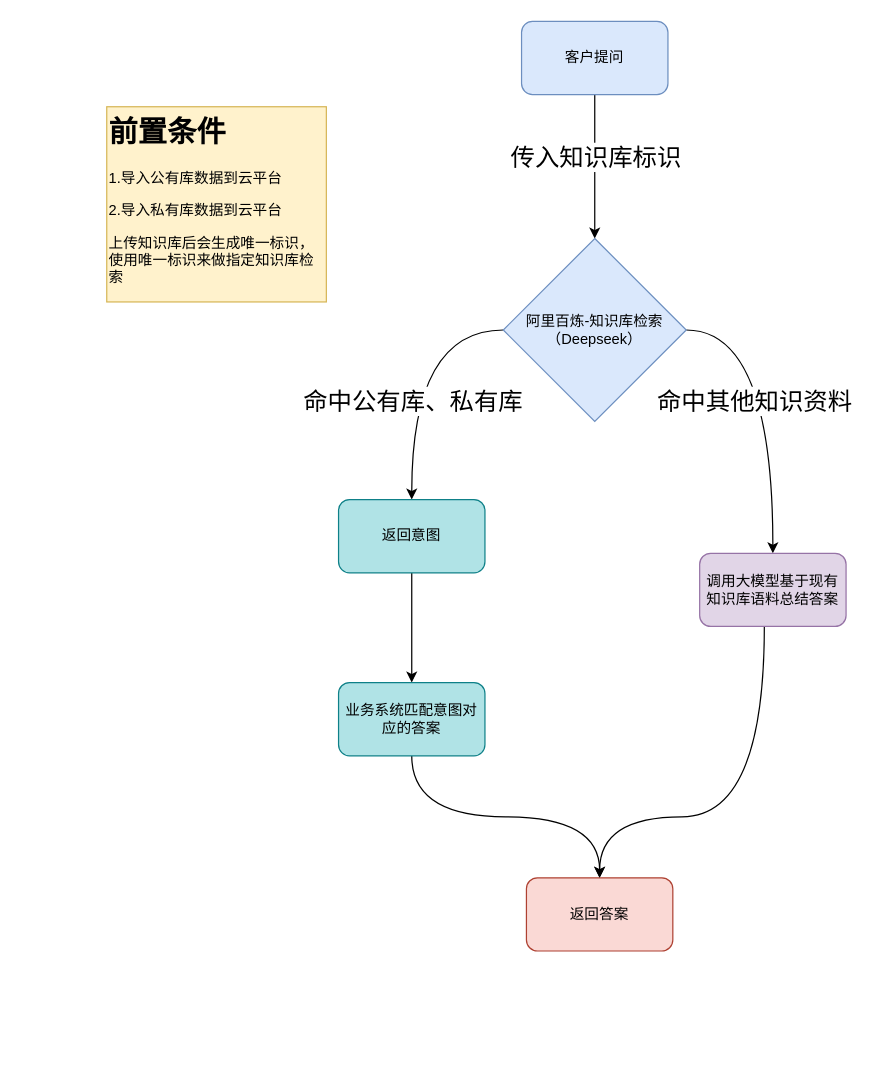
Earlier version of the draw.io diagram 智能问答系统决策流程图20250305.drawio (ammengke/my-drawio). Source tidied: cells renumbered, new cells numbered last; positions are measured from the earlier drawing's top-left corner, leaving out a move shared by most shapes. Both pictures are drawn from the tidied source at 122%, with x=0, y=0 at pixel (106, 21).
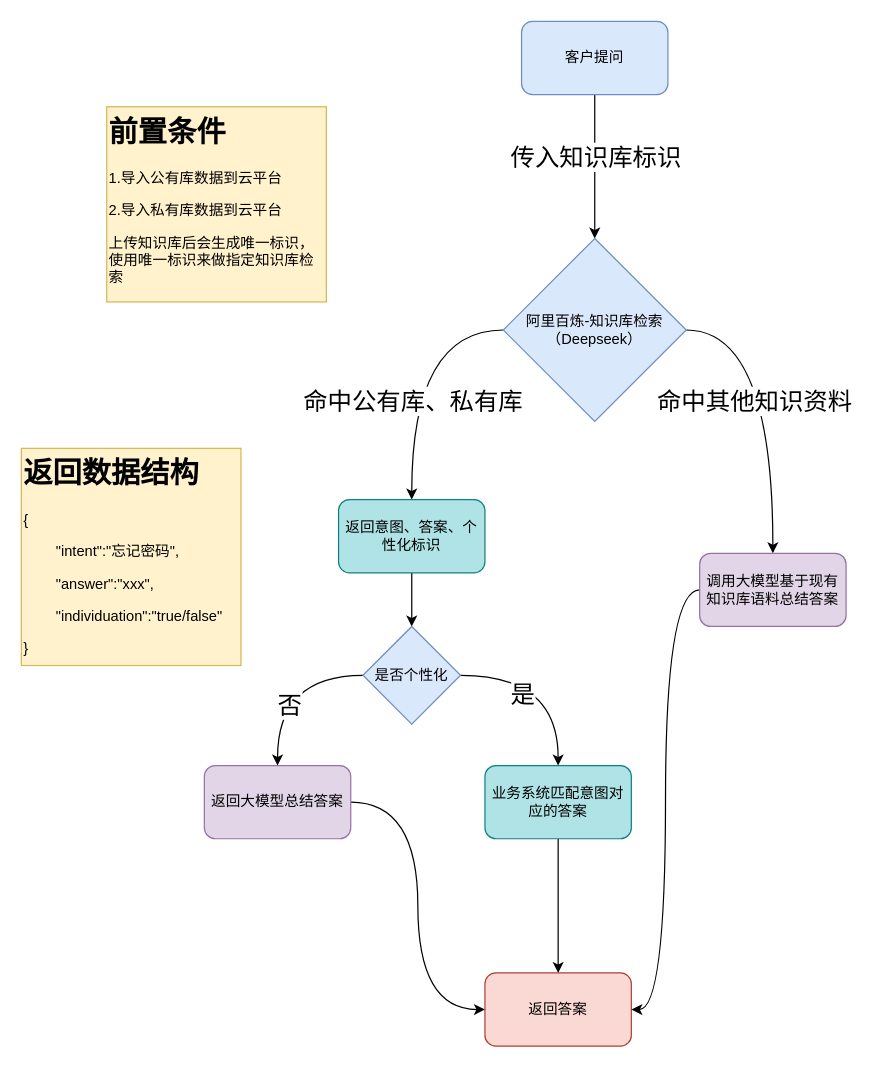
Above is the later version.

Commit message:
更新智能问答系统决策流程图20250305.drawio

Unchanged cells that the change refers to:
```xml
<mxCell id="15" value="调用大模型基于现有知识库语料总结答案" style="rounded=1;whiteSpace=wrap;html=1;fillColor=#e1d5e7;strokeColor=#9673a6;" parent="1" vertex="1">
  <mxGeometry x="486" y="436" width="120" height="60" as="geometry" />
</mxCell>
```

What changed in the source:
```diff
@@
-    <mxCell id="9" style="edgeStyle=orthogonalEdgeStyle;rounded=0;jettySize=auto;html=1;" parent="1" edge="1" source="10" target="12">
-      <mxGeometry relative="1" as="geometry" />
-    </mxCell>
+    <mxCell id="18" style="edgeStyle=orthogonalEdgeStyle;rounded=0;jettySize=auto;html=1;" parent="1" edge="1" source="10" target="23">
+      <mxGeometry relative="1" as="geometry" />
+    </mxCell>
-    <mxCell id="10" value="返回意图" style="rounded=1;whiteSpace=wrap;html=1;fillColor=#b0e3e6;strokeColor=#0e8088;" parent="1" vertex="1">
+    <mxCell id="10" value="返回意图、答案、个性化标识" style="rounded=1;whiteSpace=wrap;html=1;fillColor=#b0e3e6;strokeColor=#0e8088;" parent="1" vertex="1">
       <mxGeometry x="190" y="392" width="120" height="60" as="geometry" />
     </mxCell>
     <mxCell id="11" style="edgeStyle=orthogonalEdgeStyle;rounded=0;jettySize=auto;html=1;curved=1;" parent="1" edge="1" source="12" target="13">
-      <mxGeometry relative="1" as="geometry">
-        <Array as="points">
-          <mxPoint x="250" y="652" />
-          <mxPoint x="404" y="652" />
-        </Array>
-      </mxGeometry>
+      <mxGeometry relative="1" as="geometry" />
     </mxCell>
     <mxCell id="12" value="业务系统匹配意图对应的答案" style="rounded=1;whiteSpace=wrap;html=1;fillColor=#b0e3e6;strokeColor=#0e8088;" parent="1" vertex="1">
-      <mxGeometry x="190" y="542" width="120" height="60" as="geometry" />
+      <mxGeometry x="310" y="610" width="120" height="60" as="geometry" />
     </mxCell>
     <mxCell id="13" value="返回答案" style="rounded=1;whiteSpace=wrap;html=1;fillColor=#fad9d5;strokeColor=#ae4132;" parent="1" vertex="1">
-      <mxGeometry x="344" y="702" width="120" height="60" as="geometry" />
+      <mxGeometry x="310" y="780" width="120" height="60" as="geometry" />
     </mxCell>
-    <mxCell id="14" style="edgeStyle=orthogonalEdgeStyle;rounded=0;jettySize=auto;html=1;curved=1;" parent="1" edge="1" source="15" target="13">
-      <mxGeometry relative="1" as="geometry">
-        <Array as="points">
-          <mxPoint x="539" y="652" />
-          <mxPoint x="404" y="652" />
-        </Array>
-      </mxGeometry>
+    <mxCell id="14" style="edgeStyle=orthogonalEdgeStyle;rounded=0;jettySize=auto;html=1;entryX=1;entryY=0.5;entryDx=0;entryDy=0;curved=1;" parent="1" edge="1" source="15" target="13">
+      <mxGeometry relative="1" as="geometry" />
     </mxCell>
@@
+    <mxCell id="19" value="&lt;h1 style=&quot;margin-top: 0px;&quot;&gt;返回数据结构&lt;/h1&gt;&lt;p&gt;{&lt;/p&gt;&lt;p&gt;&lt;span style=&quot;white-space: pre;&quot;&gt;&#9;&lt;/span&gt;&quot;intent&quot;:&quot;忘记密码&quot;,&lt;br&gt;&lt;/p&gt;&lt;p&gt;&lt;span style=&quot;white-space: pre;&quot;&gt;&#9;&lt;/span&gt;&quot;answer&quot;:&quot;xxx&quot;,&lt;br&gt;&lt;/p&gt;&lt;p&gt;&lt;span style=&quot;white-space: pre;&quot;&gt;&#9;&lt;/span&gt;&quot;individuation&quot;:&quot;true/false&quot;&lt;/p&gt;&lt;p&gt;}&lt;/p&gt;" style="text;html=1;whiteSpace=wrap;overflow=hidden;rounded=0;fillColor=#fff2cc;strokeColor=#d6b656;" parent="1" vertex="1">
+      <mxGeometry x="-70" y="350" width="180" height="178" as="geometry" />
+    </mxCell>
+    <mxCell id="20" style="edgeStyle=orthogonalEdgeStyle;rounded=0;jettySize=auto;html=1;curved=1;" parent="1" edge="1" source="23" target="12">
+      <mxGeometry relative="1" as="geometry" />
+    </mxCell>
+    <mxCell id="21" value="是" style="edgeLabel;html=1;align=center;verticalAlign=middle;fontSize=20;" parent="20" vertex="1">
+      <mxGeometry x="-0.38" y="-6" relative="1" as="geometry">
+        <mxPoint x="2" y="8" as="offset" />
+      </mxGeometry>
+    </mxCell>
+    <mxCell id="22" value="否" style="edgeStyle=orthogonalEdgeStyle;rounded=0;jettySize=auto;html=1;curved=1;fontSize=20;" parent="1" edge="1" source="23" target="25">
+      <mxGeometry x="0.31" y="10" relative="1" as="geometry" />
+    </mxCell>
+    <mxCell id="23" value="是否个性化" style="rhombus;whiteSpace=wrap;html=1;fillColor=#dae8fc;strokeColor=#6c8ebf;" parent="1" vertex="1">
+      <mxGeometry x="210" y="496" width="80" height="80" as="geometry" />
+    </mxCell>
+    <mxCell id="24" style="edgeStyle=orthogonalEdgeStyle;rounded=0;jettySize=auto;html=1;entryX=0;entryY=0.5;entryDx=0;entryDy=0;curved=1;" parent="1" edge="1" source="25" target="13">
+      <mxGeometry relative="1" as="geometry" />
+    </mxCell>
+    <mxCell id="25" value="返回大模型总结答案" style="rounded=1;whiteSpace=wrap;html=1;fillColor=#e1d5e7;strokeColor=#9673a6;" parent="1" vertex="1">
+      <mxGeometry x="80" y="610" width="120" height="60" as="geometry" />
+    </mxCell>
```
